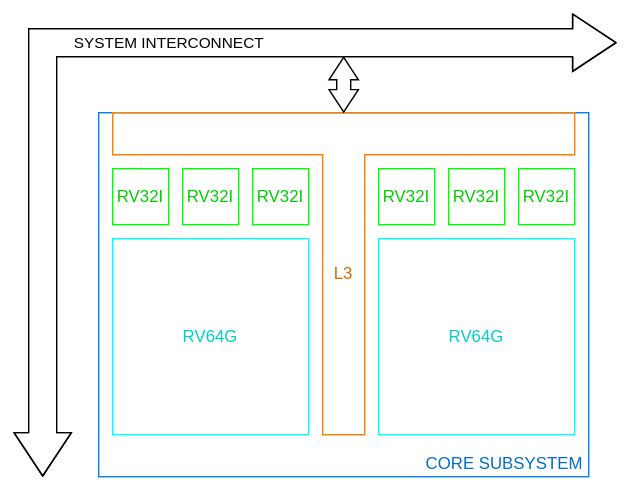
Before: docs/diagrams/arch.svg, a diagram exported from draw.io (squared-studio/mango). Source tidied: cells renumbered, new cells last; positions are measured from the earlier drawing's top-left corner, leaving out a move shared by most shapes. The source it was exported from:
```xml
<mxGraphModel>
  <root>
    <mxCell id="0" />
    <mxCell id="1" parent="0" />
    <mxCell id="2" style="rounded=0;whiteSpace=wrap;html=1;strokeColor=none;" parent="1" vertex="1">
      <mxGeometry width="450" height="350" as="geometry" />
    </mxCell>
    <mxCell id="3" style="rounded=0;whiteSpace=wrap;html=1;strokeColor=#0080FF;" parent="1" vertex="1">
      <mxGeometry x="70" y="80" width="350" height="260" as="geometry" />
    </mxCell>
    <mxCell id="4" value="SYSTEM INTERCONNECT" style="shape=flexArrow;endArrow=classic;startArrow=classic;html=1;rounded=0;width=20;startSize=10;startWidth=20;endSize=10;endWidth=20;fillColor=default;" parent="1" edge="1">
      <mxGeometry x="0.11" relative="1" as="geometry">
        <mxPoint x="30" y="340" as="sourcePoint" />
        <mxPoint x="440" y="30" as="targetPoint" />
        <Array as="points">
          <mxPoint x="30" y="30" />
        </Array>
      </mxGeometry>
    </mxCell>
    <mxCell id="5" style="endArrow=none;html=1;rounded=0;entryX=0.5;entryY=1;entryDx=0;entryDy=0;strokeColor=#FF8000;strokeWidth=1;exitX=0.5;exitY=1;exitDx=0;exitDy=0;" parent="1" edge="1">
      <mxGeometry relative="1" as="geometry">
        <mxPoint x="245" y="80" as="sourcePoint" />
        <mxPoint x="245" y="80" as="targetPoint" />
        <Array as="points">
          <mxPoint x="80" y="80" />
          <mxPoint x="80" y="110" />
          <mxPoint x="230" y="110" />
          <mxPoint x="230" y="310" />
          <mxPoint x="260" y="310" />
          <mxPoint x="260" y="110" />
          <mxPoint x="410" y="110" />
          <mxPoint x="410" y="80" />
        </Array>
      </mxGeometry>
    </mxCell>
    <mxCell id="6" value="RV32I" style="whiteSpace=wrap;html=1;strokeColor=#00FF00;fontColor=#00CC00;" parent="1" vertex="1">
      <mxGeometry x="370" y="120" width="40" height="40" as="geometry" />
    </mxCell>
    <mxCell id="7" value="RV64G" style="whiteSpace=wrap;html=1;strokeColor=#00FFFF;fontColor=#00CCCC;" parent="1" vertex="1">
      <mxGeometry x="270" y="170" width="140" height="140" as="geometry" />
    </mxCell>
    <mxCell id="8" value="L3" style="whiteSpace=wrap;html=1;strokeColor=none;fillColor=none;fontColor=#cc6C00;" parent="1" vertex="1">
      <mxGeometry x="230" y="180" width="30" height="30" as="geometry" />
    </mxCell>
    <mxCell id="9" value="RV64G" style="whiteSpace=wrap;html=1;strokeColor=#00FFFF;fontColor=#00CCCC;" parent="1" vertex="1">
      <mxGeometry x="80" y="170" width="140" height="140" as="geometry" />
    </mxCell>
    <mxCell id="10" value="RV32I" style="whiteSpace=wrap;html=1;strokeColor=#00FF00;fontColor=#00CC00;" parent="1" vertex="1">
      <mxGeometry x="320" y="120" width="40" height="40" as="geometry" />
    </mxCell>
    <mxCell id="11" value="RV32I" style="whiteSpace=wrap;html=1;strokeColor=#00FF00;fontColor=#00CC00;" parent="1" vertex="1">
      <mxGeometry x="270" y="120" width="40" height="40" as="geometry" />
    </mxCell>
    <mxCell id="12" value="RV32I" style="whiteSpace=wrap;html=1;strokeColor=#00FF00;fontColor=#00CC00;" parent="1" vertex="1">
      <mxGeometry x="180" y="120" width="40" height="40" as="geometry" />
    </mxCell>
    <mxCell id="13" value="RV32I" style="whiteSpace=wrap;html=1;strokeColor=#00FF00;fontColor=#00CC00;" parent="1" vertex="1">
      <mxGeometry x="130" y="120" width="40" height="40" as="geometry" />
    </mxCell>
    <mxCell id="14" value="RV32I" style="whiteSpace=wrap;html=1;strokeColor=#00FF00;fontColor=#00CC00;" parent="1" vertex="1">
      <mxGeometry x="80" y="120" width="40" height="40" as="geometry" />
    </mxCell>
    <mxCell id="15" style="endArrow=none;html=1;rounded=0;strokeColor=#FF8000;strokeWidth=0;" parent="1" edge="1">
      <mxGeometry relative="1" as="geometry">
        <mxPoint x="100" y="120" as="sourcePoint" />
        <mxPoint x="100" y="110" as="targetPoint" />
      </mxGeometry>
    </mxCell>
    <mxCell id="16" value="CORE SUBSYSTEM" style="text;html=1;align=right;verticalAlign=bottom;strokeColor=none;fillColor=none;spacing=0;spacingBottom=2;spacingRight=5;fontColor=#006ccc;" parent="1" vertex="1">
      <mxGeometry x="290" y="320" width="130" height="20" as="geometry" />
    </mxCell>
    <mxCell id="17" style="shape=flexArrow;endArrow=classic;startArrow=classic;html=1;rounded=0;width=10;startSize=5;startWidth=10;endSize=5;endWidth=10;fillColor=default;" parent="1" edge="1">
      <mxGeometry relative="1" as="geometry">
        <mxPoint x="245" y="40" as="sourcePoint" />
        <mxPoint x="245" y="80" as="targetPoint" />
      </mxGeometry>
    </mxCell>
  </root>
</mxGraphModel>
```
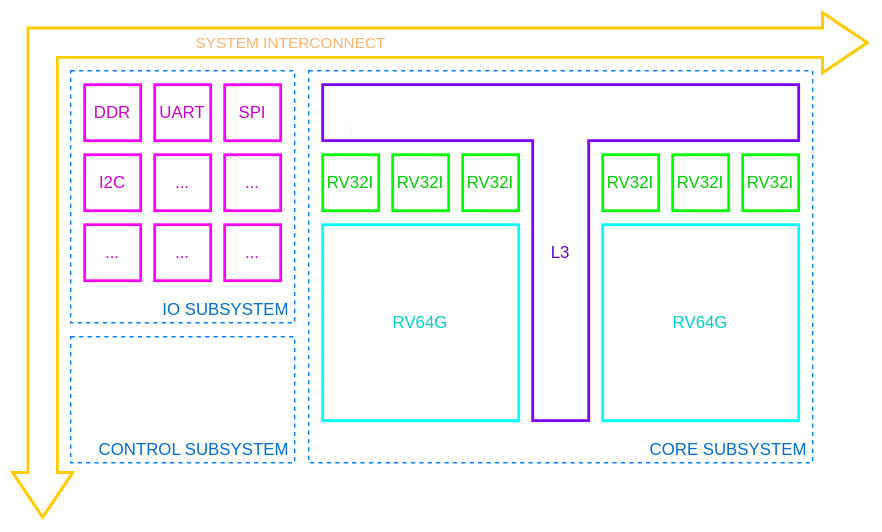
The same diagram one commit later.

The edit, as a diff of the source:
```diff
@@ -3,77 +3,110 @@
     <mxCell id="0" />
     <mxCell id="1" parent="0" />
     <mxCell id="2" style="rounded=0;whiteSpace=wrap;html=1;strokeColor=none;" parent="1" vertex="1">
-      <mxGeometry width="450" height="350" as="geometry" />
+      <mxGeometry width="630" height="380" as="geometry" />
     </mxCell>
+    <mxCell id="8" value="L3" style="rounded=0;whiteSpace=wrap;html=1;fillColor=none;strokeColor=none;fontColor=#6600CC;" parent="1" vertex="1">
+      <mxGeometry x="230" y="60" width="340" height="240" as="geometry" />
+    </mxCell>
-    <mxCell id="3" style="rounded=0;whiteSpace=wrap;html=1;strokeColor=#0080FF;" parent="1" vertex="1">
-      <mxGeometry x="70" y="80" width="350" height="260" as="geometry" />
+    <mxCell id="3" style="rounded=0;whiteSpace=wrap;html=1;strokeColor=#0080FF;dashed=1;fillColor=none;" parent="1" vertex="1">
+      <mxGeometry x="220" y="50" width="360" height="280" as="geometry" />
     </mxCell>
-    <mxCell id="4" value="SYSTEM INTERCONNECT" style="shape=flexArrow;endArrow=classic;startArrow=classic;html=1;rounded=0;width=20;startSize=10;startWidth=20;endSize=10;endWidth=20;fillColor=default;" parent="1" edge="1">
+    <mxCell id="4" value="SYSTEM INTERCONNECT" style="shape=flexArrow;endArrow=classic;startArrow=classic;html=1;rounded=0;width=20;startSize=10;startWidth=20;endSize=10;endWidth=20;fillColor=default;fontColor=#FFB570;strokeColor=#FFCC00;strokeWidth=2;" parent="1" edge="1">
       <mxGeometry x="0.11" relative="1" as="geometry">
-        <mxPoint x="30" y="340" as="sourcePoint" />
-        <mxPoint x="440" y="30" as="targetPoint" />
+        <mxPoint x="30" y="370" as="sourcePoint" />
+        <mxPoint x="620" y="30" as="targetPoint" />
         <Array as="points">
           <mxPoint x="30" y="30" />
         </Array>
       </mxGeometry>
     </mxCell>
-    <mxCell id="5" style="endArrow=none;html=1;rounded=0;entryX=0.5;entryY=1;entryDx=0;entryDy=0;strokeColor=#FF8000;strokeWidth=1;exitX=0.5;exitY=1;exitDx=0;exitDy=0;" parent="1" edge="1">
-      <mxGeometry relative="1" as="geometry">
-        <mxPoint x="245" y="80" as="sourcePoint" />
-        <mxPoint x="245" y="80" as="targetPoint" />
-        <Array as="points">
-          <mxPoint x="80" y="80" />
-          <mxPoint x="80" y="110" />
-          <mxPoint x="230" y="110" />
-          <mxPoint x="230" y="310" />
-          <mxPoint x="260" y="310" />
-          <mxPoint x="260" y="110" />
-          <mxPoint x="410" y="110" />
-          <mxPoint x="410" y="80" />
-        </Array>
-      </mxGeometry>
-    </mxCell>
-    <mxCell id="6" value="RV32I" style="whiteSpace=wrap;html=1;strokeColor=#00FF00;fontColor=#00CC00;" parent="1" vertex="1">
-      <mxGeometry x="370" y="120" width="40" height="40" as="geometry" />
+    <mxCell id="6" value="RV32I" style="whiteSpace=wrap;html=1;strokeColor=#00FF00;fontColor=#00CC00;strokeWidth=2;" parent="1" vertex="1">
+      <mxGeometry x="530" y="110" width="40" height="40" as="geometry" />
     </mxCell>
-    <mxCell id="7" value="RV64G" style="whiteSpace=wrap;html=1;strokeColor=#00FFFF;fontColor=#00CCCC;" parent="1" vertex="1">
-      <mxGeometry x="270" y="170" width="140" height="140" as="geometry" />
+    <mxCell id="7" value="RV64G" style="whiteSpace=wrap;html=1;strokeColor=#00FFFF;fontColor=#00CCCC;strokeWidth=2;" parent="1" vertex="1">
+      <mxGeometry x="430" y="160" width="140" height="140" as="geometry" />
     </mxCell>
-    <mxCell id="8" value="L3" style="whiteSpace=wrap;html=1;strokeColor=none;fillColor=none;fontColor=#cc6C00;" parent="1" vertex="1">
-      <mxGeometry x="230" y="180" width="30" height="30" as="geometry" />
-    </mxCell>
-    <mxCell id="9" value="RV64G" style="whiteSpace=wrap;html=1;strokeColor=#00FFFF;fontColor=#00CCCC;" parent="1" vertex="1">
-      <mxGeometry x="80" y="170" width="140" height="140" as="geometry" />
+    <mxCell id="9" value="RV64G" style="whiteSpace=wrap;html=1;strokeColor=#00FFFF;fontColor=#00CCCC;strokeWidth=2;" parent="1" vertex="1">
+      <mxGeometry x="230" y="160" width="140" height="140" as="geometry" />
     </mxCell>
-    <mxCell id="10" value="RV32I" style="whiteSpace=wrap;html=1;strokeColor=#00FF00;fontColor=#00CC00;" parent="1" vertex="1">
-      <mxGeometry x="320" y="120" width="40" height="40" as="geometry" />
+    <mxCell id="10" value="RV32I" style="whiteSpace=wrap;html=1;strokeColor=#00FF00;fontColor=#00CC00;strokeWidth=2;" parent="1" vertex="1">
+      <mxGeometry x="480" y="110" width="40" height="40" as="geometry" />
     </mxCell>
-    <mxCell id="11" value="RV32I" style="whiteSpace=wrap;html=1;strokeColor=#00FF00;fontColor=#00CC00;" parent="1" vertex="1">
-      <mxGeometry x="270" y="120" width="40" height="40" as="geometry" />
+    <mxCell id="11" value="RV32I" style="whiteSpace=wrap;html=1;strokeColor=#00FF00;fontColor=#00CC00;strokeWidth=2;" parent="1" vertex="1">
+      <mxGeometry x="430" y="110" width="40" height="40" as="geometry" />
     </mxCell>
-    <mxCell id="12" value="RV32I" style="whiteSpace=wrap;html=1;strokeColor=#00FF00;fontColor=#00CC00;" parent="1" vertex="1">
-      <mxGeometry x="180" y="120" width="40" height="40" as="geometry" />
+    <mxCell id="12" value="RV32I" style="whiteSpace=wrap;html=1;strokeColor=#00FF00;fontColor=#00CC00;strokeWidth=2;" parent="1" vertex="1">
+      <mxGeometry x="330" y="110" width="40" height="40" as="geometry" />
     </mxCell>
-    <mxCell id="13" value="RV32I" style="whiteSpace=wrap;html=1;strokeColor=#00FF00;fontColor=#00CC00;" parent="1" vertex="1">
-      <mxGeometry x="130" y="120" width="40" height="40" as="geometry" />
+    <mxCell id="13" value="RV32I" style="whiteSpace=wrap;html=1;strokeColor=#00FF00;fontColor=#00CC00;strokeWidth=2;" parent="1" vertex="1">
+      <mxGeometry x="280" y="110" width="40" height="40" as="geometry" />
     </mxCell>
-    <mxCell id="14" value="RV32I" style="whiteSpace=wrap;html=1;strokeColor=#00FF00;fontColor=#00CC00;" parent="1" vertex="1">
-      <mxGeometry x="80" y="120" width="40" height="40" as="geometry" />
+    <mxCell id="14" value="RV32I" style="whiteSpace=wrap;html=1;strokeColor=#00FF00;fontColor=#00CC00;strokeWidth=2;" parent="1" vertex="1">
+      <mxGeometry x="230" y="110" width="40" height="40" as="geometry" />
     </mxCell>
     <mxCell id="15" style="endArrow=none;html=1;rounded=0;strokeColor=#FF8000;strokeWidth=0;" parent="1" edge="1">
       <mxGeometry relative="1" as="geometry">
-        <mxPoint x="100" y="120" as="sourcePoint" />
-        <mxPoint x="100" y="110" as="targetPoint" />
+        <mxPoint x="250" y="100" as="sourcePoint" />
+        <mxPoint x="250" y="90" as="targetPoint" />
       </mxGeometry>
     </mxCell>
     <mxCell id="16" value="CORE SUBSYSTEM" style="text;html=1;align=right;verticalAlign=bottom;strokeColor=none;fillColor=none;spacing=0;spacingBottom=2;spacingRight=5;fontColor=#006ccc;" parent="1" vertex="1">
-      <mxGeometry x="290" y="320" width="130" height="20" as="geometry" />
+      <mxGeometry x="450" y="310" width="130" height="20" as="geometry" />
     </mxCell>
-    <mxCell id="17" style="shape=flexArrow;endArrow=classic;startArrow=classic;html=1;rounded=0;width=10;startSize=5;startWidth=10;endSize=5;endWidth=10;fillColor=default;" parent="1" edge="1">
-      <mxGeometry relative="1" as="geometry">
-        <mxPoint x="245" y="40" as="sourcePoint" />
-        <mxPoint x="245" y="80" as="targetPoint" />
-      </mxGeometry>
-    </mxCell>
+    <mxCell id="5" style="endArrow=none;html=1;rounded=0;entryX=0.5;entryY=1;entryDx=0;entryDy=0;strokeColor=#7F00FF;strokeWidth=2;exitX=0.5;exitY=1;exitDx=0;exitDy=0;" parent="1" edge="1">
+      <mxGeometry relative="1" as="geometry">
+        <mxPoint x="395" y="60" as="sourcePoint" />
+        <mxPoint x="395" y="60" as="targetPoint" />
+        <Array as="points">
+          <mxPoint x="230" y="60" />
+          <mxPoint x="230" y="100" />
+          <mxPoint x="380" y="100" />
+          <mxPoint x="380" y="300" />
+          <mxPoint x="420" y="300" />
+          <mxPoint x="420" y="100" />
+          <mxPoint x="570" y="100" />
+          <mxPoint x="570" y="60" />
+        </Array>
+      </mxGeometry>
+    </mxCell>
+    <mxCell id="18" style="rounded=0;whiteSpace=wrap;html=1;strokeColor=#0080FF;dashed=1;fillColor=none;" parent="1" vertex="1">
+      <mxGeometry x="50" y="50" width="160" height="180" as="geometry" />
+    </mxCell>
+    <mxCell id="19" value="IO SUBSYSTEM" style="text;html=1;align=right;verticalAlign=bottom;strokeColor=none;fillColor=none;spacing=0;spacingBottom=2;spacingRight=5;fontColor=#006ccc;" parent="1" vertex="1">
+      <mxGeometry x="100" y="210" width="110" height="20" as="geometry" />
+    </mxCell>
+    <mxCell id="20" style="rounded=0;whiteSpace=wrap;html=1;strokeColor=#0080FF;dashed=1;fillColor=none;" parent="1" vertex="1">
+      <mxGeometry x="50" y="240" width="160" height="90" as="geometry" />
+    </mxCell>
+    <mxCell id="21" value="CONTROL SUBSYSTEM" style="text;html=1;align=right;verticalAlign=bottom;strokeColor=none;fillColor=none;spacing=0;spacingBottom=2;spacingRight=5;fontColor=#006ccc;" parent="1" vertex="1">
+      <mxGeometry x="50" y="310" width="160" height="20" as="geometry" />
+    </mxCell>
+    <mxCell id="22" value="DDR" style="whiteSpace=wrap;html=1;strokeColor=#FF00FF;fontColor=#CC00CC;strokeWidth=2;" parent="1" vertex="1">
+      <mxGeometry x="60" y="60" width="40" height="40" as="geometry" />
+    </mxCell>
+    <mxCell id="23" value="UART" style="whiteSpace=wrap;html=1;strokeColor=#FF00FF;fontColor=#CC00CC;strokeWidth=2;" parent="1" vertex="1">
+      <mxGeometry x="110" y="60" width="40" height="40" as="geometry" />
+    </mxCell>
+    <mxCell id="24" value="SPI" style="whiteSpace=wrap;html=1;strokeColor=#FF00FF;fontColor=#CC00CC;strokeWidth=2;" parent="1" vertex="1">
+      <mxGeometry x="160" y="60" width="40" height="40" as="geometry" />
+    </mxCell>
+    <mxCell id="25" value="I2C" style="whiteSpace=wrap;html=1;strokeColor=#FF00FF;fontColor=#CC00CC;strokeWidth=2;" parent="1" vertex="1">
+      <mxGeometry x="60" y="110" width="40" height="40" as="geometry" />
+    </mxCell>
+    <mxCell id="26" value="..." style="whiteSpace=wrap;html=1;strokeColor=#FF00FF;fontColor=#CC00CC;strokeWidth=2;" parent="1" vertex="1">
+      <mxGeometry x="110" y="110" width="40" height="40" as="geometry" />
+    </mxCell>
+    <mxCell id="27" value="..." style="whiteSpace=wrap;html=1;strokeColor=#FF00FF;fontColor=#CC00CC;strokeWidth=2;" parent="1" vertex="1">
+      <mxGeometry x="160" y="110" width="40" height="40" as="geometry" />
+    </mxCell>
+    <mxCell id="28" value="..." style="whiteSpace=wrap;html=1;strokeColor=#FF00FF;fontColor=#CC00CC;strokeWidth=2;" parent="1" vertex="1">
+      <mxGeometry x="110" y="160" width="40" height="40" as="geometry" />
+    </mxCell>
+    <mxCell id="29" value="..." style="whiteSpace=wrap;html=1;strokeColor=#FF00FF;fontColor=#CC00CC;strokeWidth=2;" parent="1" vertex="1">
+      <mxGeometry x="160" y="160" width="40" height="40" as="geometry" />
+    </mxCell>
+    <mxCell id="30" value="..." style="whiteSpace=wrap;html=1;strokeColor=#FF00FF;fontColor=#CC00CC;strokeWidth=2;" parent="1" vertex="1">
+      <mxGeometry x="60" y="160" width="40" height="40" as="geometry" />
+    </mxCell>
   </root>
 </mxGraphModel>
```
